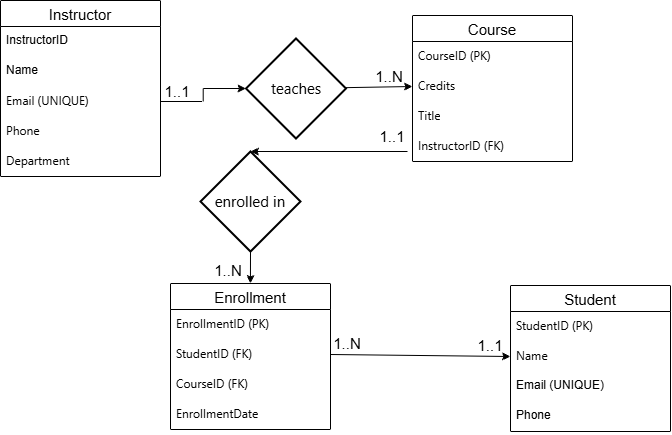
Above: Ques_01.drawio.png in arfinaleusuf/Module-12-DBM-Final-Assaignment (draw.io), before the change. Source tidied: cells renumbered, new cells last; positions are measured from the earlier drawing's top-left corner, leaving out a move shared by most shapes.
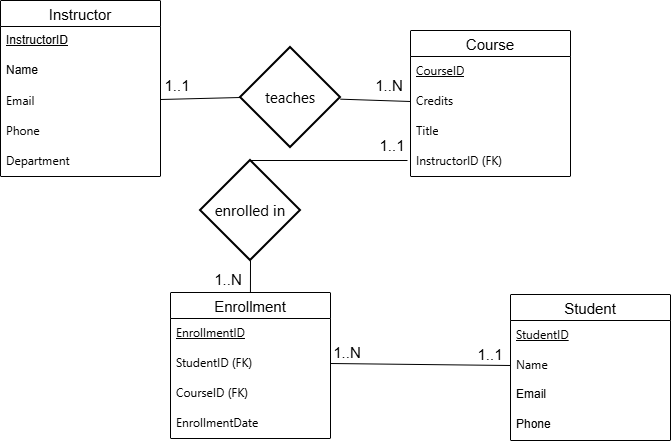
Above is the later version.

Commit message:
Update Ques_01 and Ques_06 diagrams with latest revisions

What changed in the source:
```diff
@@ -3,15 +3,15 @@
     <mxCell id="0" />
     <mxCell id="1" parent="0" />
     <mxCell id="2" value="Instructor" style="swimlane;fontStyle=0;horizontal=1;startSize=26;align=center;fontSize=15;verticalAlign=middle;" parent="1" vertex="1">
-      <mxGeometry width="160" height="176" as="geometry" />
+      <mxGeometry y="-9" width="160" height="176" as="geometry" />
     </mxCell>
-    <mxCell id="3" value="&lt;span id=&quot;docs-internal-guid-1c490ce3-7fff-69bc-ddca-4bf8f547665b&quot;&gt;&lt;span style=&quot;font-family: Arial, sans-serif; background-color: transparent; font-variant: normal; vertical-align: baseline; white-space: pre-wrap;&quot;&gt;&lt;font style=&quot;font-size: 12px;&quot;&gt;InstructorID&lt;/font&gt;&lt;/span&gt;&lt;/span&gt;" style="text;strokeColor=none;fillColor=none;spacingLeft=4;spacingRight=4;overflow=hidden;fontSize=12;whiteSpace=wrap;html=1;" parent="2" vertex="1">
+    <mxCell id="3" value="&lt;span id=&quot;docs-internal-guid-1c490ce3-7fff-69bc-ddca-4bf8f547665b&quot;&gt;&lt;span style=&quot;font-family: Arial, sans-serif; background-color: transparent; font-variant: normal; vertical-align: baseline; white-space: pre-wrap;&quot;&gt;&lt;font style=&quot;font-size: 12px;&quot;&gt;&lt;u&gt;InstructorID&lt;/u&gt;&lt;/font&gt;&lt;/span&gt;&lt;/span&gt;" style="text;strokeColor=none;fillColor=none;spacingLeft=4;spacingRight=4;overflow=hidden;fontSize=12;whiteSpace=wrap;html=1;" parent="2" vertex="1">
       <mxGeometry y="26" width="160" height="30" as="geometry" />
     </mxCell>
     <mxCell id="4" value="Name" style="text;strokeColor=none;fillColor=none;spacingLeft=4;spacingRight=4;overflow=hidden;fontSize=12;whiteSpace=wrap;html=1;" parent="2" vertex="1">
       <mxGeometry y="56" width="160" height="30" as="geometry" />
     </mxCell>
-    <mxCell id="5" value="&lt;span style=&quot;font-family: &amp;quot;Anthropic Sans&amp;quot;, -apple-system, BlinkMacSystemFont, &amp;quot;Segoe UI&amp;quot;, sans-serif; white-space: nowrap;&quot;&gt;Email (UNIQUE)&lt;/span&gt;" style="text;strokeColor=none;fillColor=none;spacingLeft=4;spacingRight=4;overflow=hidden;points=[[0,0.5],[1,0.5]];portConstraint=eastwest;fontSize=12;whiteSpace=wrap;html=1;" parent="2" vertex="1">
+    <mxCell id="5" value="&lt;span style=&quot;font-family: &amp;quot;Anthropic Sans&amp;quot;, -apple-system, BlinkMacSystemFont, &amp;quot;Segoe UI&amp;quot;, sans-serif; white-space: nowrap;&quot;&gt;Email&lt;/span&gt;" style="text;strokeColor=none;fillColor=none;spacingLeft=4;spacingRight=4;overflow=hidden;points=[[0,0.5],[1,0.5]];portConstraint=eastwest;fontSize=12;whiteSpace=wrap;html=1;" parent="2" vertex="1">
       <mxGeometry y="86" width="160" height="30" as="geometry" />
     </mxCell>
     <mxCell id="6" value="&lt;span style=&quot;font-family: &amp;quot;Anthropic Sans&amp;quot;, -apple-system, BlinkMacSystemFont, &amp;quot;Segoe UI&amp;quot;, sans-serif; white-space: nowrap;&quot;&gt;Phone&lt;/span&gt;" style="text;strokeColor=none;fillColor=none;spacingLeft=4;spacingRight=4;overflow=hidden;fontSize=12;whiteSpace=wrap;html=1;" parent="2" vertex="1">
@@ -21,9 +21,9 @@
       <mxGeometry y="146" width="160" height="30" as="geometry" />
     </mxCell>
     <mxCell id="8" value="Course" style="swimlane;fontStyle=0;horizontal=1;startSize=26;align=center;fontSize=15;verticalAlign=middle;" parent="1" vertex="1">
-      <mxGeometry x="412" y="15" width="160" height="146" as="geometry" />
+      <mxGeometry x="410" y="21" width="160" height="146" as="geometry" />
     </mxCell>
-    <mxCell id="9" value="&lt;span style=&quot;font-family: &amp;quot;Anthropic Sans&amp;quot;, -apple-system, BlinkMacSystemFont, &amp;quot;Segoe UI&amp;quot;, sans-serif; white-space: nowrap;&quot;&gt;CourseID (PK)&lt;/span&gt;" style="text;strokeColor=none;fillColor=none;spacingLeft=4;spacingRight=4;overflow=hidden;fontSize=12;whiteSpace=wrap;html=1;" parent="8" vertex="1">
+    <mxCell id="9" value="&lt;span style=&quot;font-family: &amp;quot;Anthropic Sans&amp;quot;, -apple-system, BlinkMacSystemFont, &amp;quot;Segoe UI&amp;quot;, sans-serif; white-space: nowrap;&quot;&gt;&lt;u&gt;CourseID&lt;/u&gt;&lt;/span&gt;" style="text;strokeColor=none;fillColor=none;spacingLeft=4;spacingRight=4;overflow=hidden;fontSize=12;whiteSpace=wrap;html=1;" parent="8" vertex="1">
       <mxGeometry y="26" width="160" height="30" as="geometry" />
     </mxCell>
     <mxCell id="10" value="&lt;span style=&quot;font-family: &amp;quot;Anthropic Sans&amp;quot;, -apple-system, BlinkMacSystemFont, &amp;quot;Segoe UI&amp;quot;, sans-serif; white-space: nowrap;&quot;&gt;Credits&lt;/span&gt;" style="text;strokeColor=none;fillColor=none;spacingLeft=4;spacingRight=4;overflow=hidden;points=[[0,0.5],[1,0.5]];portConstraint=eastwest;fontSize=12;whiteSpace=wrap;html=1;" parent="8" vertex="1">
@@ -38,7 +38,7 @@
     <mxCell id="13" value="Enrollment" style="swimlane;fontStyle=0;horizontal=1;startSize=26;align=center;fontSize=15;" parent="1" vertex="1">
       <mxGeometry x="170" y="283" width="160" height="146" as="geometry" />
     </mxCell>
-    <mxCell id="14" value="&lt;span style=&quot;font-family: &amp;quot;Anthropic Sans&amp;quot;, -apple-system, BlinkMacSystemFont, &amp;quot;Segoe UI&amp;quot;, sans-serif; white-space: nowrap;&quot;&gt;EnrollmentID (PK)&lt;/span&gt;" style="text;strokeColor=none;fillColor=none;spacingLeft=4;spacingRight=4;overflow=hidden;fontSize=12;whiteSpace=wrap;html=1;" parent="13" vertex="1">
+    <mxCell id="14" value="&lt;span style=&quot;font-family: &amp;quot;Anthropic Sans&amp;quot;, -apple-system, BlinkMacSystemFont, &amp;quot;Segoe UI&amp;quot;, sans-serif; white-space: nowrap;&quot;&gt;&lt;u&gt;EnrollmentID&lt;/u&gt;&lt;/span&gt;" style="text;strokeColor=none;fillColor=none;spacingLeft=4;spacingRight=4;overflow=hidden;fontSize=12;whiteSpace=wrap;html=1;" parent="13" vertex="1">
       <mxGeometry y="26" width="160" height="30" as="geometry" />
     </mxCell>
     <mxCell id="15" value="&lt;span style=&quot;font-family: &amp;quot;Anthropic Sans&amp;quot;, -apple-system, BlinkMacSystemFont, &amp;quot;Segoe UI&amp;quot;, sans-serif; white-space: nowrap;&quot;&gt;StudentID (FK)&lt;/span&gt;" style="text;strokeColor=none;fillColor=none;spacingLeft=4;spacingRight=4;overflow=hidden;points=[[0,0.5],[1,0.5]];portConstraint=eastwest;fontSize=12;whiteSpace=wrap;html=1;" parent="13" vertex="1">
@@ -53,29 +53,26 @@
     <mxCell id="18" value="Student" style="swimlane;fontStyle=0;horizontal=1;startSize=26;align=center;fontSize=15;" parent="1" vertex="1">
       <mxGeometry x="510" y="285" width="160" height="146" as="geometry" />
     </mxCell>
-    <mxCell id="19" value="&lt;span style=&quot;font-family: &amp;quot;Anthropic Sans&amp;quot;, -apple-system, BlinkMacSystemFont, &amp;quot;Segoe UI&amp;quot;, sans-serif; white-space: nowrap;&quot;&gt;StudentID (PK)&lt;/span&gt;" style="text;strokeColor=none;fillColor=none;spacingLeft=4;spacingRight=4;overflow=hidden;fontSize=12;whiteSpace=wrap;html=1;" parent="18" vertex="1">
+    <mxCell id="19" value="&lt;span style=&quot;font-family: &amp;quot;Anthropic Sans&amp;quot;, -apple-system, BlinkMacSystemFont, &amp;quot;Segoe UI&amp;quot;, sans-serif; white-space: nowrap;&quot;&gt;&lt;u&gt;StudentID&lt;/u&gt;&lt;/span&gt;" style="text;strokeColor=none;fillColor=none;spacingLeft=4;spacingRight=4;overflow=hidden;fontSize=12;whiteSpace=wrap;html=1;" parent="18" vertex="1">
       <mxGeometry y="26" width="160" height="30" as="geometry" />
     </mxCell>
     <mxCell id="20" value="&lt;span style=&quot;font-family: &amp;quot;Anthropic Sans&amp;quot;, -apple-system, BlinkMacSystemFont, &amp;quot;Segoe UI&amp;quot;, sans-serif; white-space: nowrap;&quot;&gt;Name&lt;/span&gt;" style="text;strokeColor=none;fillColor=none;spacingLeft=4;spacingRight=4;overflow=hidden;points=[[0,0.5],[1,0.5]];portConstraint=eastwest;fontSize=12;whiteSpace=wrap;html=1;" parent="18" vertex="1">
       <mxGeometry y="56" width="160" height="30" as="geometry" />
     </mxCell>
-    <mxCell id="21" value="Email (UNIQUE)" style="text;strokeColor=none;fillColor=none;spacingLeft=4;spacingRight=4;overflow=hidden;fontSize=12;whiteSpace=wrap;html=1;" parent="18" vertex="1">
+    <mxCell id="21" value="Email" style="text;strokeColor=none;fillColor=none;spacingLeft=4;spacingRight=4;overflow=hidden;fontSize=12;whiteSpace=wrap;html=1;" parent="18" vertex="1">
       <mxGeometry y="86" width="160" height="30" as="geometry" />
     </mxCell>
     <mxCell id="22" value="Phone" style="text;strokeColor=none;fillColor=none;spacingLeft=4;spacingRight=4;overflow=hidden;fontSize=12;whiteSpace=wrap;html=1;" parent="18" vertex="1">
       <mxGeometry y="116" width="160" height="30" as="geometry" />
     </mxCell>
-    <mxCell id="23" style="edgeStyle=none;rounded=0;jettySize=auto;html=1;entryX=0;entryY=0.5;entryDx=0;entryDy=0;" parent="1" edge="1" source="24" target="10">
+    <mxCell id="23" style="edgeStyle=none;rounded=0;jettySize=auto;html=1;entryX=0;entryY=0.5;entryDx=0;entryDy=0;endArrow=none;endFill=0;" parent="1" edge="1" source="24" target="10">
       <mxGeometry relative="1" as="geometry" />
     </mxCell>
     <mxCell id="24" value="&lt;span style=&quot;font-family: &amp;quot;Anthropic Sans&amp;quot;, -apple-system, BlinkMacSystemFont, &amp;quot;Segoe UI&amp;quot;, sans-serif; text-align: start; white-space: nowrap;&quot;&gt;&lt;font style=&quot;font-size: 15px;&quot;&gt;teaches&lt;/font&gt;&lt;/span&gt;" style="strokeWidth=2;html=1;shape=mxgraph.flowchart.decision;whiteSpace=wrap;verticalAlign=middle;" parent="1" vertex="1">
-      <mxGeometry x="245.5" y="38" width="100" height="100" as="geometry" />
+      <mxGeometry x="240" y="38" width="100" height="100" as="geometry" />
     </mxCell>
-    <mxCell id="25" style="edgeStyle=orthogonalEdgeStyle;rounded=0;jettySize=auto;html=1;entryX=0;entryY=0.5;entryDx=0;entryDy=0;entryPerimeter=0;endArrow=classic;endFill=1;" parent="1" edge="1" source="5" target="24">
-      <mxGeometry relative="1" as="geometry" />
-    </mxCell>
     <mxCell id="26" value="&lt;font style=&quot;font-size: 15px;&quot;&gt;1..1&lt;/font&gt;" style="text;html=1;whiteSpace=wrap;strokeColor=none;fillColor=none;align=center;verticalAlign=middle;rounded=0;" parent="1" vertex="1">
-      <mxGeometry x="147" y="76" width="60" height="30" as="geometry" />
+      <mxGeometry x="147" y="61" width="60" height="30" as="geometry" />
     </mxCell>
     <mxCell id="27" value="&lt;font style=&quot;font-size: 15px;&quot;&gt;1..N&lt;/font&gt;" style="text;html=1;whiteSpace=wrap;strokeColor=none;fillColor=none;align=center;verticalAlign=middle;rounded=0;" parent="1" vertex="1">
       <mxGeometry x="358.5" y="61" width="60" height="30" as="geometry" />
@@ -89,7 +86,7 @@
     <mxCell id="30" value="&lt;font style=&quot;font-size: 15px;&quot;&gt;1..N&lt;/font&gt;" style="text;html=1;whiteSpace=wrap;strokeColor=none;fillColor=none;align=center;verticalAlign=middle;rounded=0;" parent="1" vertex="1">
       <mxGeometry x="197.5" y="255" width="60" height="30" as="geometry" />
     </mxCell>
-    <mxCell id="31" style="edgeStyle=none;rounded=0;jettySize=auto;html=1;exitX=1;exitY=0.5;exitDx=0;exitDy=0;entryX=0;entryY=0.5;entryDx=0;entryDy=0;" parent="1" edge="1" source="15" target="20">
+    <mxCell id="31" style="edgeStyle=none;rounded=0;jettySize=auto;html=1;exitX=1;exitY=0.5;exitDx=0;exitDy=0;entryX=0;entryY=0.5;entryDx=0;entryDy=0;startArrow=none;startFill=0;endArrow=none;endFill=0;" parent="1" edge="1" source="15" target="20">
       <mxGeometry relative="1" as="geometry" />
     </mxCell>
     <mxCell id="32" value="&lt;font style=&quot;font-size: 15px;&quot;&gt;1..N&lt;/font&gt;" style="text;html=1;whiteSpace=wrap;strokeColor=none;fillColor=none;align=center;verticalAlign=middle;rounded=0;" parent="1" vertex="1">
@@ -98,11 +95,14 @@
     <mxCell id="33" value="&lt;font style=&quot;font-size: 15px;&quot;&gt;1..1&lt;/font&gt;" style="text;html=1;whiteSpace=wrap;strokeColor=none;fillColor=none;align=center;verticalAlign=middle;rounded=0;" parent="1" vertex="1">
       <mxGeometry x="460" y="330" width="60" height="30" as="geometry" />
     </mxCell>
-    <mxCell id="34" style="edgeStyle=none;rounded=0;jettySize=auto;html=1;exitX=0.75;exitY=1;exitDx=0;exitDy=0;entryX=0.5;entryY=0;entryDx=0;entryDy=0;entryPerimeter=0;" parent="1" edge="1" source="28" target="29">
+    <mxCell id="34" style="edgeStyle=none;rounded=0;jettySize=auto;html=1;exitX=0.75;exitY=1;exitDx=0;exitDy=0;entryX=0.5;entryY=0;entryDx=0;entryDy=0;entryPerimeter=0;endArrow=none;endFill=0;" parent="1" edge="1" source="28" target="29">
       <mxGeometry relative="1" as="geometry" />
     </mxCell>
-    <mxCell id="35" style="edgeStyle=none;rounded=0;jettySize=auto;html=1;exitX=0.5;exitY=1;exitDx=0;exitDy=0;exitPerimeter=0;entryX=0.874;entryY=0.933;entryDx=0;entryDy=0;entryPerimeter=0;" parent="1" edge="1" source="29" target="30">
+    <mxCell id="35" style="edgeStyle=none;rounded=0;jettySize=auto;html=1;exitX=0.5;exitY=1;exitDx=0;exitDy=0;exitPerimeter=0;entryX=0.874;entryY=0.933;entryDx=0;entryDy=0;entryPerimeter=0;endArrow=none;endFill=0;" parent="1" edge="1" source="29" target="30">
       <mxGeometry relative="1" as="geometry" />
     </mxCell>
+    <mxCell id="25" style="rounded=0;jettySize=auto;html=1;entryX=0;entryY=0.5;entryDx=0;entryDy=0;entryPerimeter=0;endArrow=none;endFill=0;" parent="1" edge="1" source="5" target="24">
+      <mxGeometry relative="1" as="geometry" />
+    </mxCell>
   </root>
 </mxGraphModel>
```
